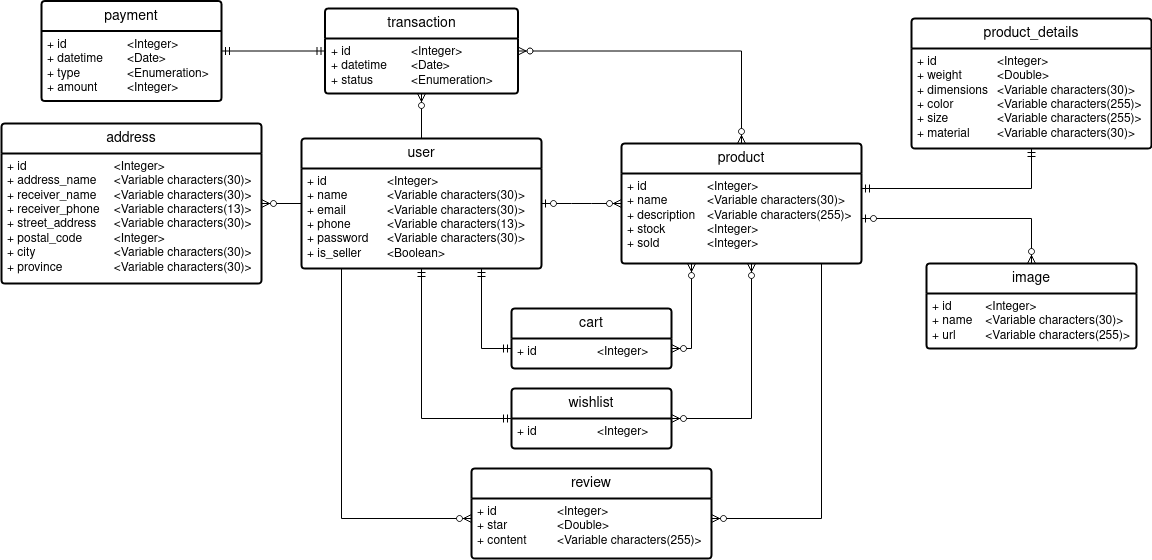
The draw.io diagram img/NusantaraStore051_CDM.drawio.png in borednuna/NusantaraStore051_BE, before a commit. Source tidied: cells renumbered, new cells last; positions are measured from the earlier drawing's top-left corner, leaving out a move shared by most shapes.
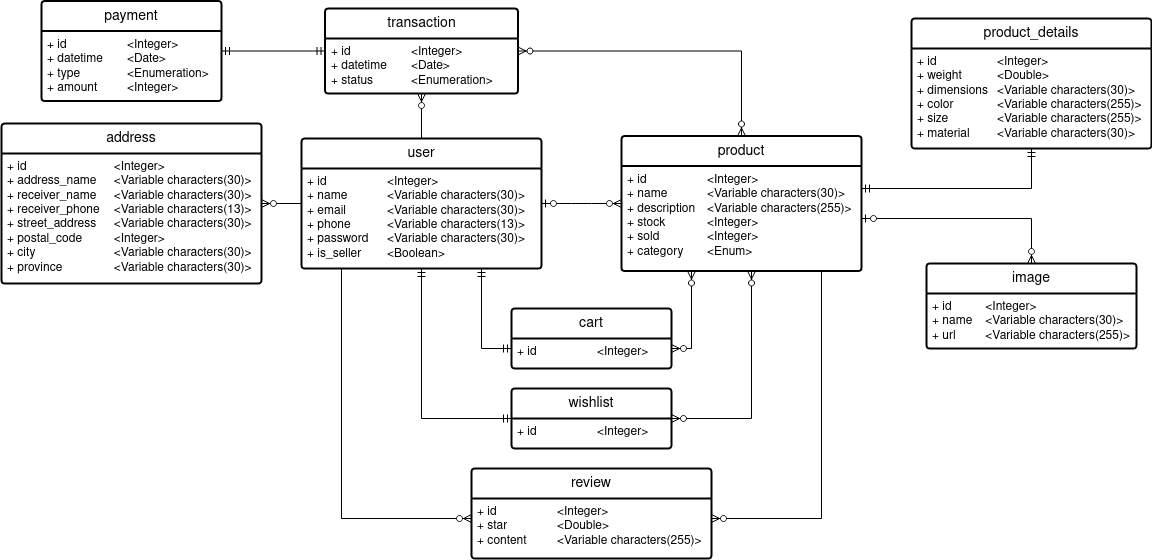
The same file after the commit.

What changed in the source:
```diff
@@ -18,10 +18,10 @@
       <mxGeometry relative="1" as="geometry" />
     </mxCell>
     <mxCell id="7" value="product" style="swimlane;horizontal=1;startSize=30;rounded=1;fontSize=14;fontStyle=0;strokeWidth=2;shadow=0;dashed=0;align=center;arcSize=4;whiteSpace=wrap;html=1;" parent="1" vertex="1">
-      <mxGeometry x="620" y="143" width="240" height="120" as="geometry" />
+      <mxGeometry x="620" y="135.5" width="240" height="135" as="geometry" />
     </mxCell>
-    <mxCell id="8" value="&lt;div&gt;+ id&lt;span style=&quot;white-space: pre;&quot;&gt;&#9;&lt;/span&gt;&lt;span style=&quot;white-space: pre;&quot;&gt;&#9;&lt;/span&gt;&lt;span style=&quot;white-space: pre;&quot;&gt;&#9;&lt;/span&gt;&amp;lt;Integer&amp;gt;&lt;/div&gt;&lt;div&gt;+ name&lt;span style=&quot;white-space: pre;&quot;&gt;&#9;&lt;/span&gt;&lt;span style=&quot;white-space: pre;&quot;&gt;&#9;&lt;/span&gt;&amp;lt;Variable characters(30)&amp;gt;&lt;br&gt;&lt;/div&gt;&lt;div&gt;+ description&lt;span style=&quot;white-space: pre;&quot;&gt;&#9;&lt;/span&gt;&amp;lt;Variable characters(255)&amp;gt;&lt;br&gt;&lt;/div&gt;&lt;div&gt;+ stock&lt;span style=&quot;white-space: pre;&quot;&gt;&#9;&lt;/span&gt;&lt;span style=&quot;white-space: pre;&quot;&gt;&#9;&lt;/span&gt;&amp;lt;Integer&amp;gt;&lt;/div&gt;&lt;div&gt;+ sold&lt;span style=&quot;white-space: pre;&quot;&gt;&#9;&lt;/span&gt;&lt;span style=&quot;white-space: pre;&quot;&gt;&#9;&lt;/span&gt;&amp;lt;Integer&amp;gt;&lt;br&gt;&lt;/div&gt;" style="align=left;strokeColor=none;fillColor=none;spacingLeft=4;fontSize=12;verticalAlign=top;html=1;" parent="7" vertex="1">
-      <mxGeometry y="30" width="240" height="90" as="geometry" />
+    <mxCell id="8" value="&lt;div&gt;+ id&lt;span style=&quot;white-space: pre;&quot;&gt;&#9;&lt;/span&gt;&lt;span style=&quot;white-space: pre;&quot;&gt;&#9;&lt;/span&gt;&lt;span style=&quot;white-space: pre;&quot;&gt;&#9;&lt;/span&gt;&amp;lt;Integer&amp;gt;&lt;/div&gt;&lt;div&gt;+ name&lt;span style=&quot;white-space: pre;&quot;&gt;&#9;&lt;/span&gt;&lt;span style=&quot;white-space: pre;&quot;&gt;&#9;&lt;/span&gt;&amp;lt;Variable characters(30)&amp;gt;&lt;br&gt;&lt;/div&gt;&lt;div&gt;+ description&lt;span style=&quot;white-space: pre;&quot;&gt;&#9;&lt;/span&gt;&amp;lt;Variable characters(255)&amp;gt;&lt;br&gt;&lt;/div&gt;&lt;div&gt;+ stock&lt;span style=&quot;white-space: pre;&quot;&gt;&#9;&lt;/span&gt;&lt;span style=&quot;white-space: pre;&quot;&gt;&#9;&lt;/span&gt;&amp;lt;Integer&amp;gt;&lt;/div&gt;&lt;div&gt;+ sold&lt;span style=&quot;white-space: pre;&quot;&gt;&#9;&lt;/span&gt;&lt;span style=&quot;white-space: pre;&quot;&gt;&#9;&lt;/span&gt;&amp;lt;Integer&amp;gt;&lt;/div&gt;&lt;div&gt;+ category&lt;span style=&quot;white-space: pre;&quot;&gt;&#9;&lt;/span&gt;&amp;lt;Enum&amp;gt;&lt;br&gt;&lt;/div&gt;" style="align=left;strokeColor=none;fillColor=none;spacingLeft=4;fontSize=12;verticalAlign=top;html=1;" parent="7" vertex="1">
+      <mxGeometry y="30" width="240" height="105" as="geometry" />
     </mxCell>
     <mxCell id="9" value="product_details" style="swimlane;horizontal=1;startSize=30;rounded=1;fontSize=14;fontStyle=0;strokeWidth=2;shadow=0;dashed=0;align=center;arcSize=4;whiteSpace=wrap;html=1;" parent="1" vertex="1">
       <mxGeometry x="910" y="18" width="240" height="130" as="geometry" />
```
